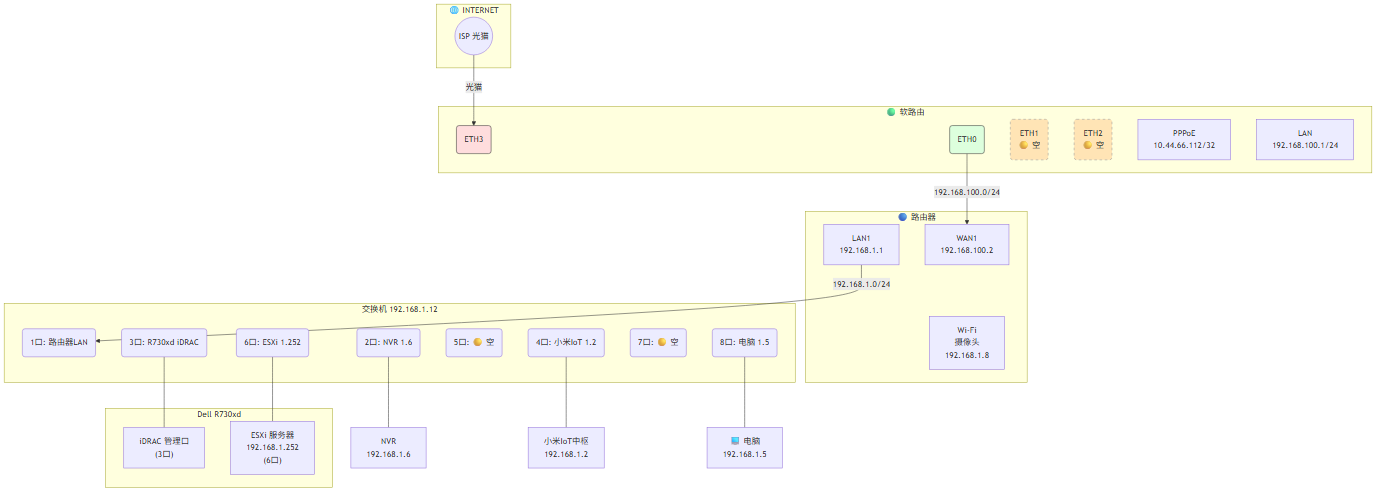
never-give-up-cn/myhome keeps this Mermaid diagram as source/img/topo-before.png. Above is the earlier version. Its source is kept beside it as source/img/topo-before.mmd. Its diagram source:
```mermaid
graph TB
    subgraph INTERNET["🌐 INTERNET"]
        ISP(("ISP 光猫"))
    end

    subgraph SR["🟢 软路由"]
        ETH3("ETH3"):::wan
        ETH0("ETH0"):::lan
        ETH1("ETH1<br/>🟡 空"):::idle
        ETH2("ETH2<br/>🟡 空"):::idle
        SR_WAN["PPPoE<br/>10.44.66.112/32"]
        SR_LAN["LAN<br/>192.168.100.1/24"]
    end

    subgraph R2["🔵 路由器"]
        R2_WAN["WAN1<br/>192.168.100.2"]
        R2_LAN["LAN1<br/>192.168.1.1"]
        WIFI["Wi-Fi<br/>摄像头<br/>192.168.1.8"]
    end

    subgraph SW["交换机 192.168.1.12"]
        P1("1口: 路由器LAN")
        P2("2口: NVR 1.6")
        P3("3口: R730xd iDRAC")
        P4("4口: 小米IoT 1.2")
        P5("5口: 🟡 空")
        P6("6口: ESXi 1.252")
        P7("7口: 🟡 空")
        P8("8口: 电脑 1.5")
    end

    subgraph R730xd["Dell R730xd"]
        IDRAC["iDRAC 管理口<br/>(3口)"]
        ESXI["ESXi 服务器<br/>192.168.1.252<br/>(6口)"]
    end

    ISP -->|"光猫"| ETH3
    ETH0 -->|"192.168.100.0/24"| R2_WAN
    R2_LAN -->|"192.168.1.0/24"| P1
    P2 --- NVR["NVR<br/>192.168.1.6"]
    P3 --- IDRAC
    P4 --- IOT["小米IoT中枢<br/>192.168.1.2"]
    P6 --- ESXI
    P8 --- PC["💻 电脑<br/>192.168.1.5"]
    R2 --- WIFI

    classDef wan fill:#FFDDDD,stroke:#333
    classDef lan fill:#DDFFDD,stroke:#333
    classDef idle fill:#FFE4B5,stroke:#999,stroke-dasharray: 5 5
```
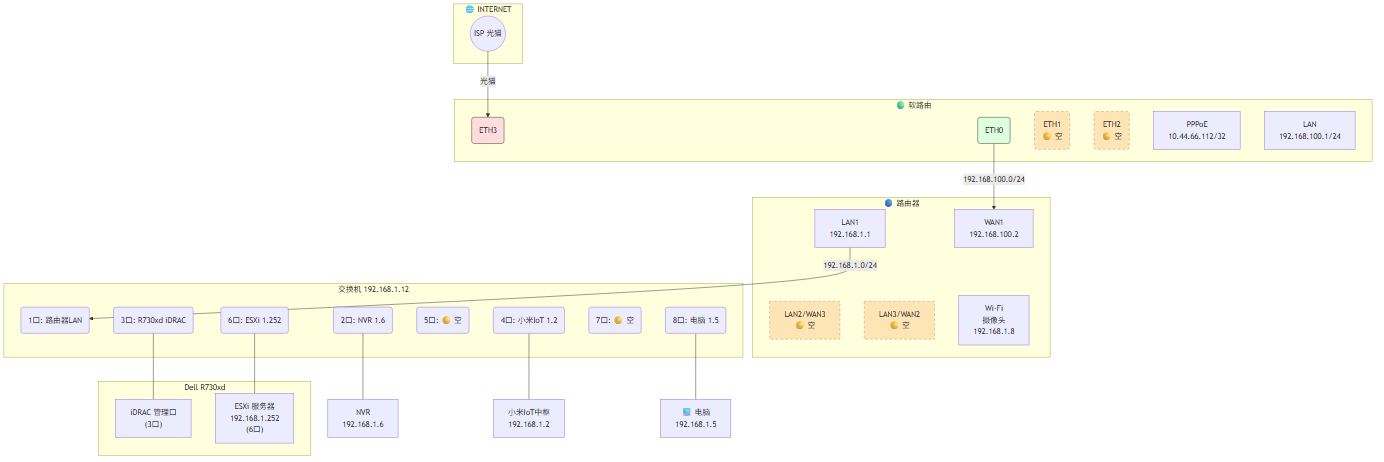
Later version of the same file.

Change to the diagram source:
```diff
@@ -13,8 +13,10 @@
     end
 
     subgraph R2["🔵 路由器"]
-        R2_WAN["WAN1<br/>192.168.100.2"]
-        R2_LAN["LAN1<br/>192.168.1.1"]
+        R2_WAN1["WAN1<br/>192.168.100.2"]
+        R2_LAN1["LAN1<br/>192.168.1.1"]
+        R2_LAN2["LAN2/WAN3<br/>🟡 空"]:::idle
+        R2_LAN3["LAN3/WAN2<br/>🟡 空"]:::idle
         WIFI["Wi-Fi<br/>摄像头<br/>192.168.1.8"]
     end
 
@@ -35,8 +37,8 @@
     end
 
     ISP -->|"光猫"| ETH3
-    ETH0 -->|"192.168.100.0/24"| R2_WAN
-    R2_LAN -->|"192.168.1.0/24"| P1
+    ETH0 -->|"192.168.100.0/24"| R2_WAN1
+    R2_LAN1 -->|"192.168.1.0/24"| P1
     P2 --- NVR["NVR<br/>192.168.1.6"]
     P3 --- IDRAC
     P4 --- IOT["小米IoT中枢<br/>192.168.1.2"]
```
